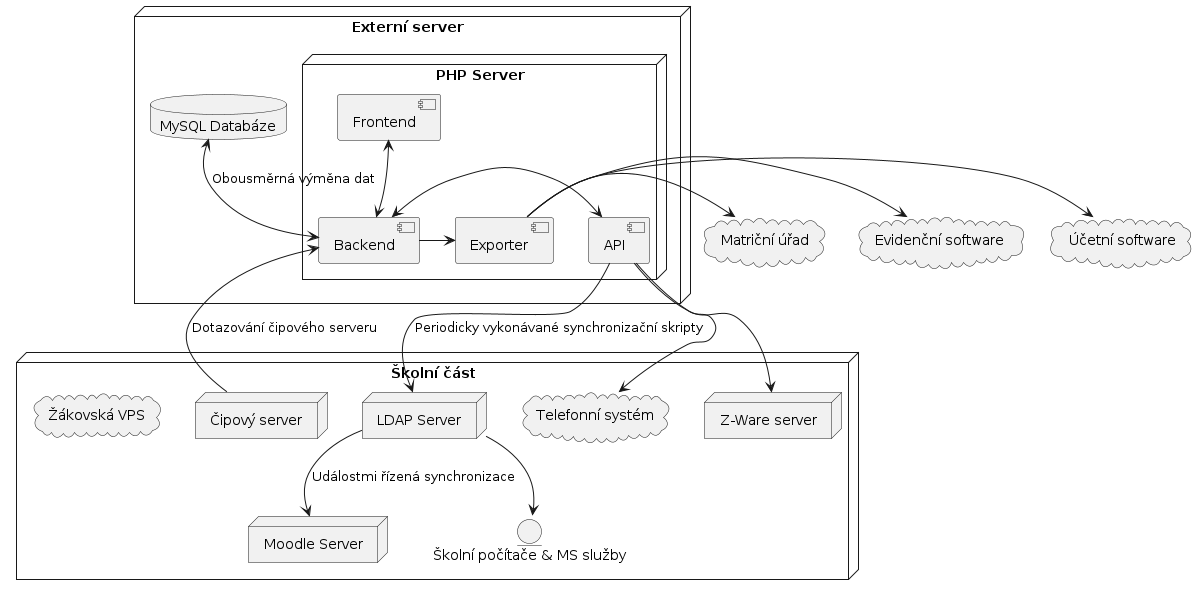
Above: img/architektura-puvodni.png in DanielADK/tul-prj (PlantUML), before the change.
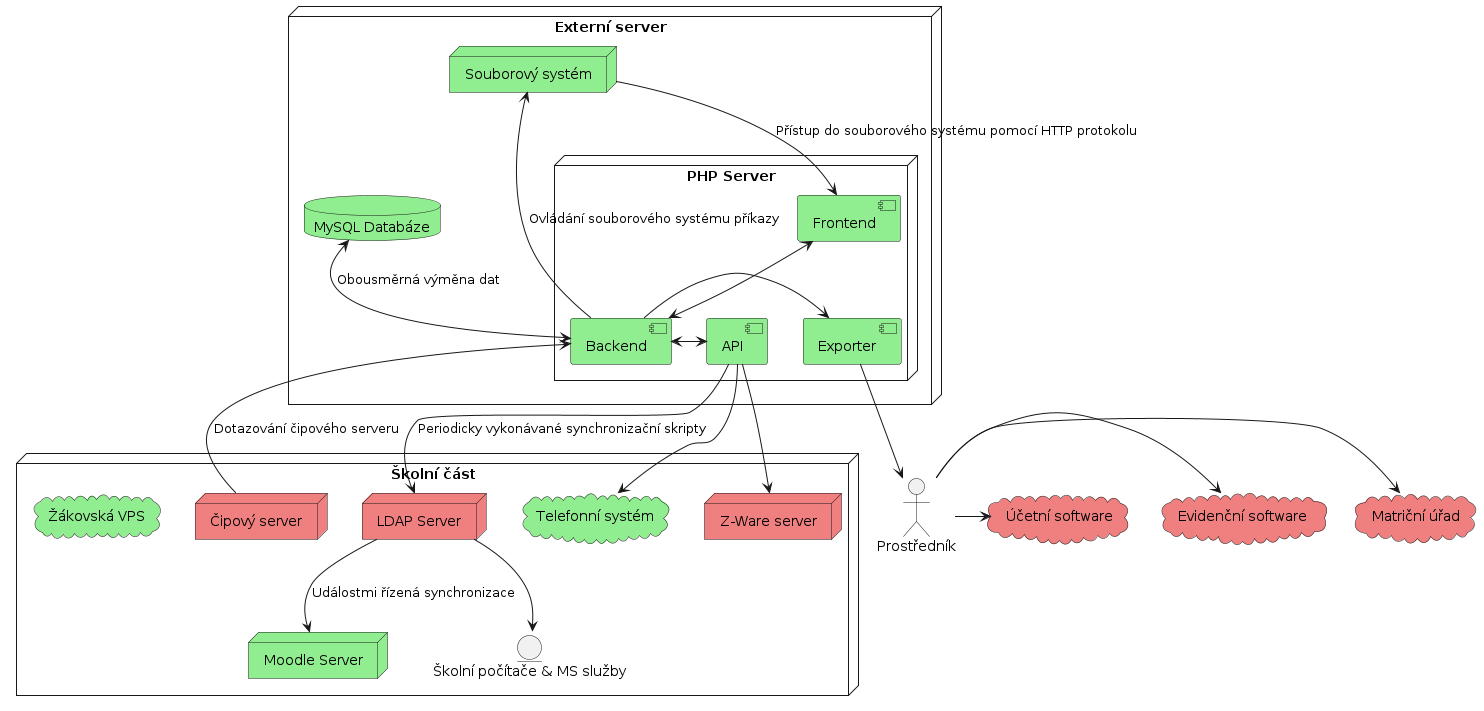
Above is the later version.

Change to the diagram source:
```diff
@@ -1,26 +1,30 @@
 @startuml
 node "Externí server" {
-  database "MySQL Databáze" as MySQL
+  node "Souborový systém" as SouborovySystem #back:lightgreen
+  database "MySQL Databáze" as MySQL #back:lightgreen
   node "PHP Server" as PHP {
-    [Backend]
-    [Frontend]
-    [API]
-    [Exporter]
+    [Backend] #back:lightgreen
+    [Frontend] #back:lightgreen
+    [API] #back:lightgreen
+    [Exporter] #back:lightgreen
   }
 }
 node "Školní část" {
-  node "LDAP Server" as LDAP
-  node "Moodle Server" as Moodle
-  cloud "Telefonní systém" as Telefony
-  node "Z-Ware server" as ZWare
-  node "Čipový server" as Cipy
+  node "LDAP Server" as LDAP #back:lightcoral
+  node "Moodle Server" as Moodle #back:lightgreen
+  cloud "Telefonní systém" as Telefony #back:lightgreen
+  node "Z-Ware server" as ZWare #back:lightcoral
+  node "Čipový server" as Cipy #back:lightcoral
   entity "Školní počítače & MS služby" as ŠkolníPC
-  cloud "Žákovská VPS" as VPS
+  cloud "Žákovská VPS" as VPS #back:lightgreen
 }
-cloud "Matriční úřad" as Matrika
-cloud "Evidenční software" as Evidence
-cloud "Účetní software" as Ucto
+cloud "Matriční úřad" as Matrika #back:lightcoral
+cloud "Evidenční software" as Evidence #back:lightcoral
+cloud "Účetní software" as Ucto #back:lightcoral
+actor "Prostředník" as Clovek
 MySQL <--> [Backend] : Obousměrná výměna dat
+SouborovySystem <-- [Backend] : Ovládání souborového systému příkazy
+SouborovySystem --> [Frontend] : Přístup do souborového systému pomocí HTTP protokolu
 [Backend] <-right-> [API]
 [Backend] -> [Exporter]
 [Backend] <- Cipy : Dotazování čipového serveru
@@ -30,7 +34,8 @@
 [API] -down-> LDAP : Periodicky vykonávané synchronizační skripty
 [API] --> ZWare
 LDAP --> [ŠkolníPC]
-[Exporter] -right-> Matrika
-[Exporter] -right-> Evidence
-[Exporter] -right-> Ucto
+[Exporter] --> Clovek
+Clovek -right-> Matrika
+Clovek -right-> Evidence
+Clovek -right-> Ucto
 @enduml
```
